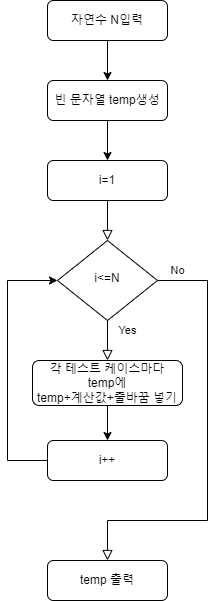
This is 백준 코딩테스트 순서도/012백준 N 찍기.drawio.png from otw03/Programmers-Algorithm, a draw.io export, as it was before one commit. Source tidied: cells renumbered, new cells last; positions are measured from the earlier drawing's top-left corner, leaving out a move shared by most shapes.
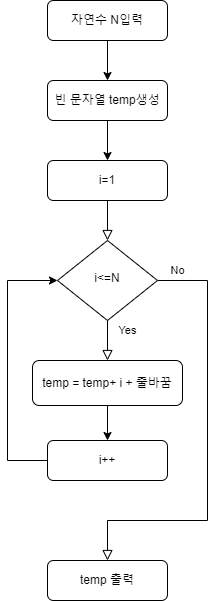
After the commit.

Commit message:
012백준 N 찍기.drawio.png 업데이트

Change to the diagram source:
```diff
@@ -34,7 +34,7 @@
     <mxCell id="8" style="edgeStyle=orthogonalEdgeStyle;rounded=0;jettySize=auto;html=1;entryX=0.5;entryY=0;entryDx=0;entryDy=0;" parent="1" edge="1" source="9" target="12">
       <mxGeometry relative="1" as="geometry" />
     </mxCell>
-    <mxCell id="9" value="각 테스트 케이스마다&lt;br&gt;temp에&lt;br&gt;temp+계산값+줄바꿈 넣기" style="rounded=1;whiteSpace=wrap;html=1;fontSize=12;glass=0;strokeWidth=1;shadow=0;" parent="1" vertex="1">
+    <mxCell id="9" value="temp = temp+ i + 줄바꿈" style="rounded=1;whiteSpace=wrap;html=1;fontSize=12;glass=0;strokeWidth=1;shadow=0;" parent="1" vertex="1">
       <mxGeometry x="25" y="360" width="150" height="45" as="geometry" />
     </mxCell>
     <mxCell id="10" style="edgeStyle=orthogonalEdgeStyle;rounded=0;jettySize=auto;html=1;entryX=0.5;entryY=0;entryDx=0;entryDy=0;" parent="1" edge="1" source="11" target="3">
```
